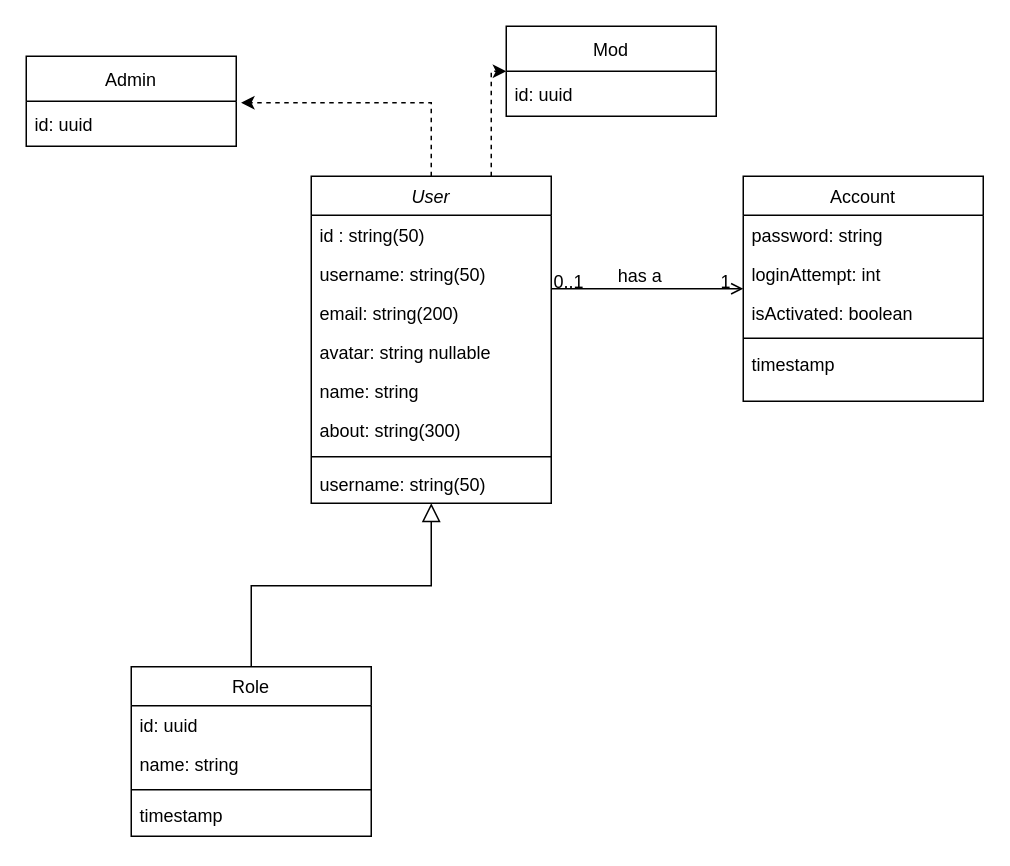
Before: Untitled Diagram.drawio in Spectrum184/tan_blog, a draw.io diagram. Source tidied: cells renumbered, new cells numbered last; positions are measured from the earlier drawing's top-left corner, leaving out a move shared by most shapes. Both pictures are drawn from the tidied source at 150%, with x=0, y=0 at pixel (26, 26).
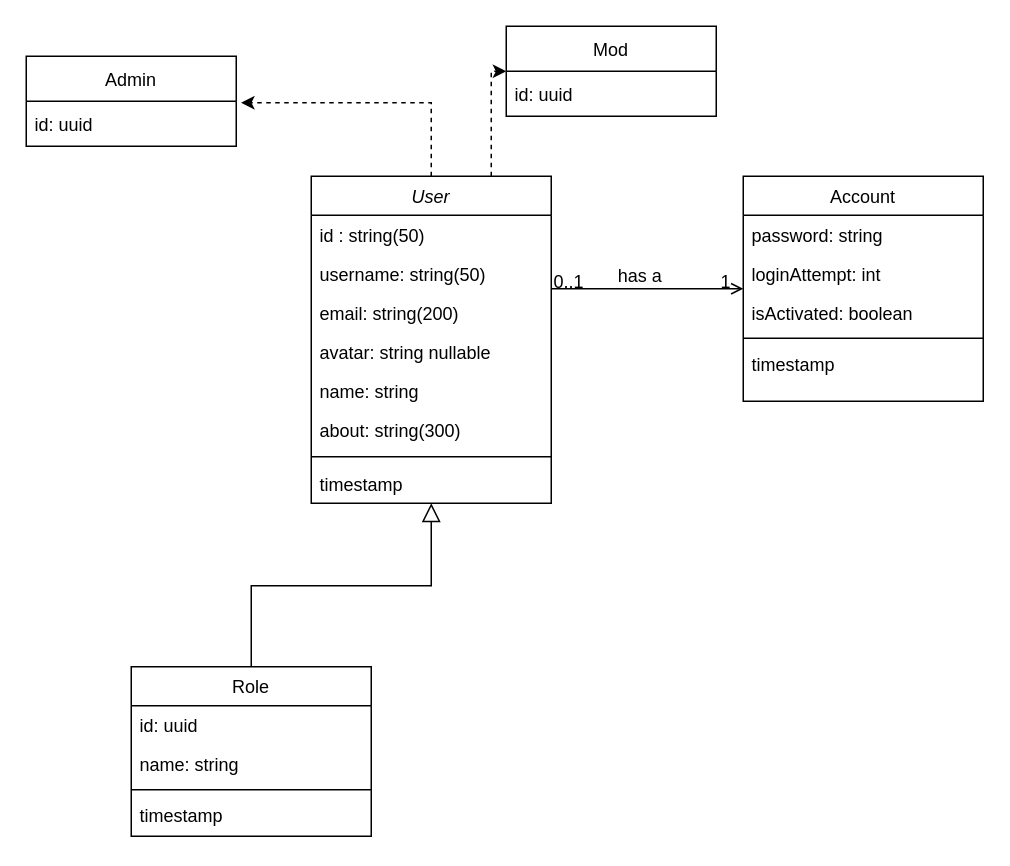
The same diagram, later.

The change refers to these unchanged cells:
```xml
<mxCell id="9" value="User" style="swimlane;fontStyle=2;align=center;verticalAlign=top;horizontal=1;startSize=26;rounded=0;shadow=0;strokeWidth=1;" parent="1" vertex="1">
  <mxGeometry x="190" y="100" width="160" height="218" as="geometry" />
</mxCell>
```

Change to the diagram source:
```diff
@@
-    <mxCell id="17" value="username: string(50)" style="text;align=left;verticalAlign=top;spacingLeft=4;spacingRight=4;overflow=hidden;rounded=0;shadow=0;html=0;" parent="9" vertex="1">
+    <mxCell id="17" value="timestamp" style="text;align=left;verticalAlign=top;spacingLeft=4;spacingRight=4;overflow=hidden;rounded=0;shadow=0;html=0;" parent="9" vertex="1">
       <mxGeometry y="192" width="160" height="26" as="geometry" />
     </mxCell>
```
